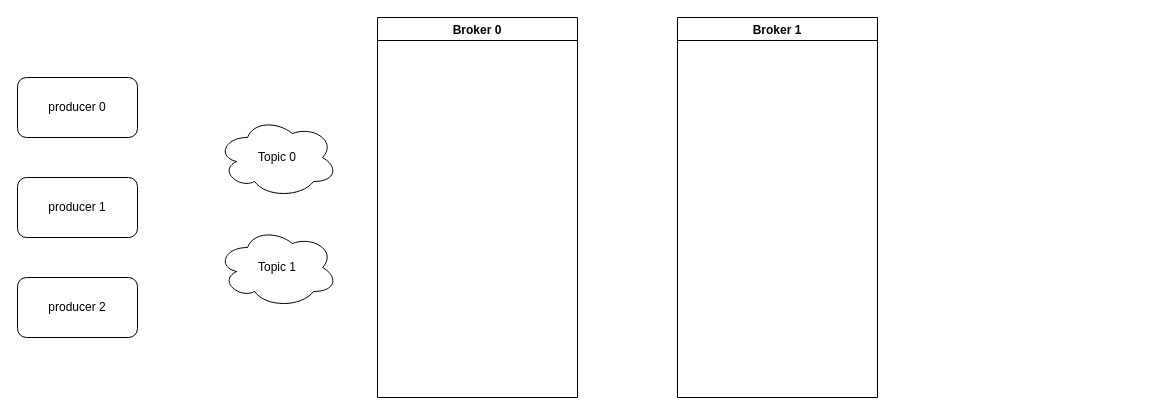
Before: Kafka.drawio in ChrisFynnWang/algorithm, a draw.io diagram. Source tidied: cells renumbered, new cells numbered last; positions are measured from the earlier drawing's top-left corner, leaving out a move shared by most shapes. Both pictures are drawn from the tidied source at 100%, with x=0, y=0 at pixel (17, 17).
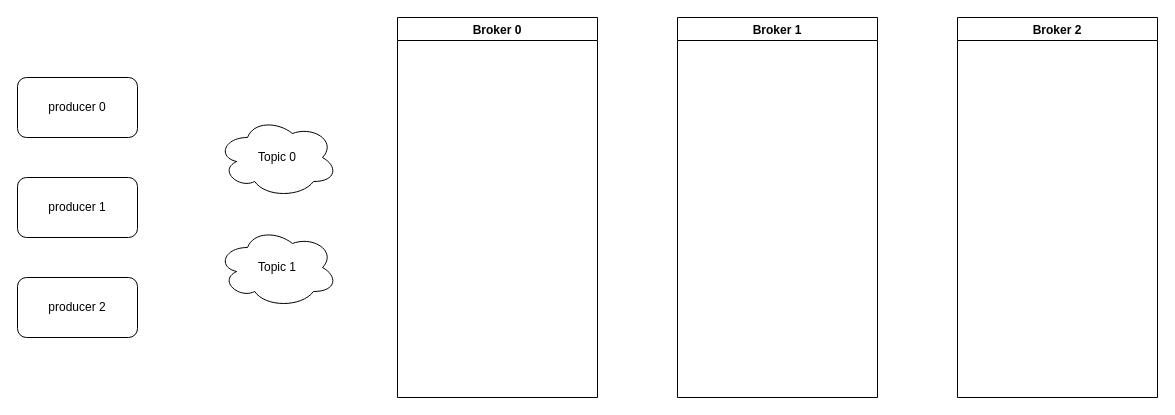
The same page after the edit.

The edit, as a diff of the source:
```diff
@@
 <mxGraphModel>
   <root>
     <mxCell id="0" />
     <mxCell id="1" parent="0" />
     <mxCell id="2" value="producer 0&lt;br&gt;" style="rounded=1;whiteSpace=wrap;html=1;" parent="1" vertex="1">
       <mxGeometry y="60" width="120" height="60" as="geometry" />
     </mxCell>
     <mxCell id="3" value="producer 1" style="rounded=1;whiteSpace=wrap;html=1;" parent="1" vertex="1">
       <mxGeometry y="160" width="120" height="60" as="geometry" />
     </mxCell>
     <mxCell id="4" value="producer 2" style="rounded=1;whiteSpace=wrap;html=1;" parent="1" vertex="1">
       <mxGeometry y="260" width="120" height="60" as="geometry" />
     </mxCell>
     <mxCell id="5" value="Topic 0" style="ellipse;shape=cloud;whiteSpace=wrap;html=1;" parent="1" vertex="1">
       <mxGeometry x="200" y="100" width="120" height="80" as="geometry" />
     </mxCell>
     <mxCell id="6" value="Topic 1" style="ellipse;shape=cloud;whiteSpace=wrap;html=1;" parent="1" vertex="1">
       <mxGeometry x="200" y="210" width="120" height="80" as="geometry" />
     </mxCell>
     <mxCell id="7" value="Broker 0" style="swimlane;" parent="1" vertex="1">
-      <mxGeometry x="360" width="200" height="380" as="geometry" />
+      <mxGeometry x="380" width="200" height="380" as="geometry" />
     </mxCell>
     <mxCell id="8" value="Broker 1" style="swimlane;" parent="1" vertex="1">
       <mxGeometry x="660" width="200" height="380" as="geometry" />
     </mxCell>
+    <mxCell id="9" value="Broker 2" style="swimlane;" parent="1" vertex="1">
+      <mxGeometry x="940" width="200" height="380" as="geometry" />
+    </mxCell>
   </root>
 </mxGraphModel>
```
